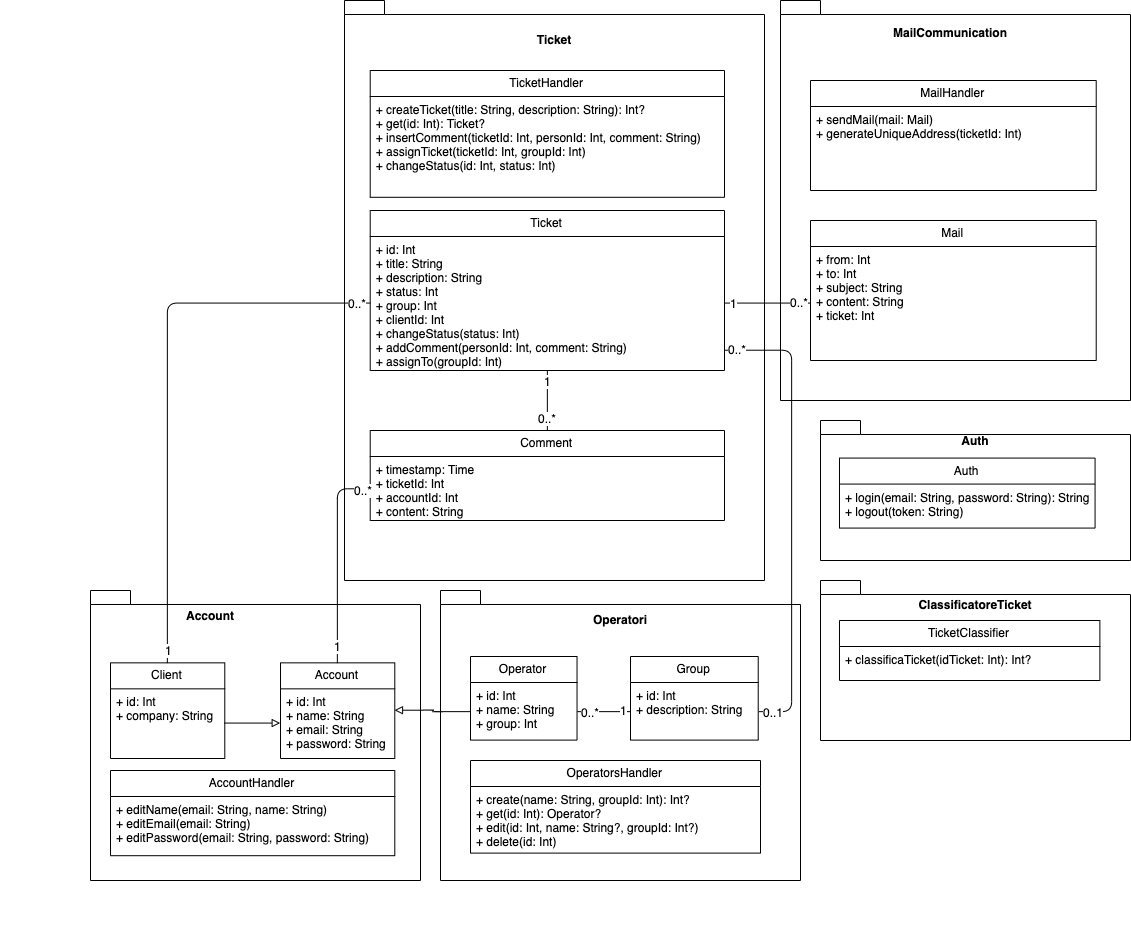
This is docs/latex/images/class-diagram.png from shxdow/aep, a draw.io export, as it was before one commit. Source tidied: cells renumbered, new cells last; positions are measured from the earlier drawing's top-left corner, leaving out a move shared by most shapes.
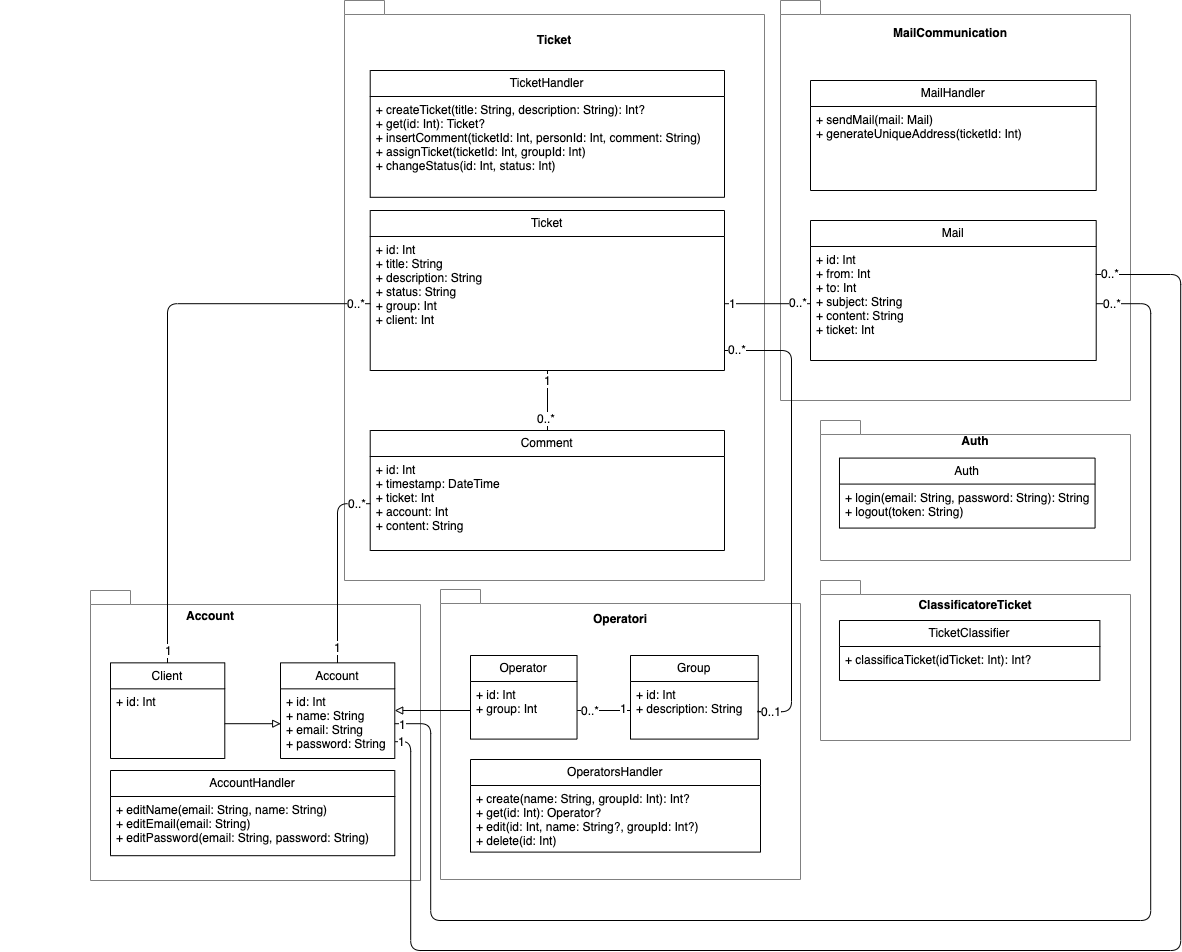
Later version of the same file.

Diff of the diagram source:
```diff
@@ -5,7 +5,7 @@
     <mxCell id="2" style="group;" parent="1" vertex="1">
       <mxGeometry x="820" y="580" width="310" height="160" as="geometry" />
     </mxCell>
-    <mxCell id="3" value="&lt;p style=&quot;line-height: 0%&quot;&gt;&lt;br&gt;&lt;/p&gt;" style="shape=folder;fontStyle=1;spacingTop=10;tabWidth=40;tabHeight=14;tabPosition=left;html=1;align=center;" parent="2" vertex="1">
+    <mxCell id="3" value="&lt;p style=&quot;line-height: 0%&quot;&gt;&lt;br&gt;&lt;/p&gt;" style="shape=folder;fontStyle=1;spacingTop=10;tabWidth=40;tabHeight=14;tabPosition=left;html=1;align=center;strokeColor=#808080;" parent="2" vertex="1">
       <mxGeometry width="310" height="160" as="geometry" />
     </mxCell>
     <mxCell id="4" value="ClassificatoreTicket" style="text;align=center;fontStyle=1;verticalAlign=middle;spacingLeft=3;spacingRight=3;strokeColor=none;" parent="2" vertex="1">
@@ -20,7 +20,7 @@
     <mxCell id="7" style="group;" parent="1" vertex="1">
       <mxGeometry x="344" width="420" height="580" as="geometry" />
     </mxCell>
-    <mxCell id="8" value="&lt;p style=&quot;line-height: 0%&quot;&gt;&lt;br&gt;&lt;/p&gt;" style="shape=folder;fontStyle=1;spacingTop=10;tabWidth=40;tabHeight=14;tabPosition=left;html=1;align=center;" parent="7" vertex="1">
+    <mxCell id="8" value="&lt;p style=&quot;line-height: 0%&quot;&gt;&lt;br&gt;&lt;/p&gt;" style="shape=folder;fontStyle=1;spacingTop=10;tabWidth=40;tabHeight=14;tabPosition=left;html=1;align=center;strokeColor=#808080;" parent="7" vertex="1">
       <mxGeometry width="420" height="580" as="geometry" />
     </mxCell>
     <mxCell id="9" value="Ticket" style="text;align=center;fontStyle=1;verticalAlign=middle;spacingLeft=3;spacingRight=3;strokeColor=none;" parent="7" vertex="1">
@@ -48,19 +48,19 @@
     <mxCell id="15" value="Ticket" style="swimlane;fontStyle=0;horizontal=1;startSize=26;fillColor=none;" parent="7" vertex="1">
       <mxGeometry x="25.7" y="210" width="354.3" height="160" as="geometry" />
     </mxCell>
-    <mxCell id="16" value="+ id: Int&#10;+ title: String&#10;+ description: String&#10;+ status: Int&#10;+ group: Int&#10;+ clientId: Int&#10;+ changeStatus(status: Int)&#10;+ addComment(personId: Int, comment: String)&#10;+ assignTo(groupId: Int)" style="text;strokeColor=none;fillColor=none;align=left;verticalAlign=top;spacingLeft=4;spacingRight=4;overflow=hidden;points=[[0,0.5],[1,0.5]];portConstraint=eastwest;" parent="15" vertex="1">
+    <mxCell id="16" value="+ id: Int&#10;+ title: String&#10;+ description: String&#10;+ status: String&#10;+ group: Int&#10;+ client: Int" style="text;strokeColor=none;fillColor=none;align=left;verticalAlign=top;spacingLeft=4;spacingRight=4;overflow=hidden;points=[[0,0.5],[1,0.5]];portConstraint=eastwest;" parent="15" vertex="1">
       <mxGeometry y="26" width="354.3" height="134" as="geometry" />
     </mxCell>
     <mxCell id="17" value="Comment" style="swimlane;fontStyle=0;horizontal=1;startSize=26;fillColor=none;" parent="7" vertex="1">
-      <mxGeometry x="25.7" y="430" width="354.3" height="90" as="geometry" />
+      <mxGeometry x="25.7" y="430" width="354.3" height="120" as="geometry" />
     </mxCell>
-    <mxCell id="18" value="+ timestamp: Time&#10;+ ticketId: Int&#10;+ accountId: Int&#10;+ content: String" style="text;strokeColor=none;fillColor=none;align=left;verticalAlign=top;spacingLeft=4;spacingRight=4;overflow=hidden;points=[[0,0.5],[1,0.5]];portConstraint=eastwest;" parent="17" vertex="1">
-      <mxGeometry y="26" width="354.3" height="64" as="geometry" />
+    <mxCell id="18" value="+ id: Int&#10;+ timestamp: DateTime&#10;+ ticket: Int&#10;+ account: Int&#10;+ content: String" style="text;strokeColor=none;fillColor=none;align=left;verticalAlign=top;spacingLeft=4;spacingRight=4;overflow=hidden;points=[[0,0.5],[1,0.5]];portConstraint=eastwest;" parent="17" vertex="1">
+      <mxGeometry y="26" width="354.3" height="94" as="geometry" />
     </mxCell>
     <mxCell id="19" style="group;" parent="1" vertex="1">
       <mxGeometry x="820" y="420" width="310" height="140" as="geometry" />
     </mxCell>
-    <mxCell id="20" value="&lt;p style=&quot;line-height: 0%&quot;&gt;&lt;br&gt;&lt;/p&gt;" style="shape=folder;fontStyle=1;spacingTop=10;tabWidth=40;tabHeight=14;tabPosition=left;html=1;align=center;" parent="19" vertex="1">
+    <mxCell id="20" value="&lt;p style=&quot;line-height: 0%&quot;&gt;&lt;br&gt;&lt;/p&gt;" style="shape=folder;fontStyle=1;spacingTop=10;tabWidth=40;tabHeight=14;tabPosition=left;html=1;align=center;strokeColor=#808080;" parent="19" vertex="1">
       <mxGeometry width="310" height="140" as="geometry" />
     </mxCell>
     <mxCell id="21" value="Auth" style="text;align=center;fontStyle=1;verticalAlign=middle;spacingLeft=3;spacingRight=3;strokeColor=none;" parent="19" vertex="1">
@@ -75,7 +75,7 @@
     <mxCell id="24" style="group;" parent="1" vertex="1">
       <mxGeometry x="770" width="360" height="400" as="geometry" />
     </mxCell>
-    <mxCell id="25" value="&lt;p style=&quot;line-height: 0%&quot;&gt;&lt;br&gt;&lt;/p&gt;" style="shape=folder;fontStyle=1;spacingTop=10;tabWidth=40;tabHeight=14;tabPosition=left;html=1;align=center;" parent="24" vertex="1">
+    <mxCell id="25" value="&lt;p style=&quot;line-height: 0%&quot;&gt;&lt;br&gt;&lt;/p&gt;" style="shape=folder;fontStyle=1;spacingTop=10;tabWidth=40;tabHeight=14;tabPosition=left;html=1;align=center;strokeColor=#808080;" parent="24" vertex="1">
       <mxGeometry x="10" width="350" height="400" as="geometry" />
     </mxCell>
     <mxCell id="26" value="MailCommunication" style="text;align=center;fontStyle=1;verticalAlign=middle;spacingLeft=3;spacingRight=3;strokeColor=none;" parent="24" vertex="1">
@@ -90,13 +90,13 @@
     <mxCell id="29" value="Mail" style="swimlane;fontStyle=0;horizontal=1;startSize=26;fillColor=none;" parent="24" vertex="1">
       <mxGeometry x="40" y="220" width="285.7" height="140" as="geometry" />
     </mxCell>
-    <mxCell id="30" value="+ from: Int&#10;+ to: Int&#10;+ subject: String&#10;+ content: String&#10;+ ticket: Int" style="text;strokeColor=none;fillColor=none;align=left;verticalAlign=top;spacingLeft=4;spacingRight=4;overflow=hidden;points=[[0,0.5],[1,0.5]];portConstraint=eastwest;" parent="29" vertex="1">
+    <mxCell id="30" value="+ id: Int&#10;+ from: Int&#10;+ to: Int&#10;+ subject: String&#10;+ content: String&#10;+ ticket: Int" style="text;strokeColor=none;fillColor=none;align=left;verticalAlign=top;spacingLeft=4;spacingRight=4;overflow=hidden;points=[[0,0.5],[1,0.5]];portConstraint=eastwest;" parent="29" vertex="1">
       <mxGeometry y="26" width="285.7" height="114" as="geometry" />
     </mxCell>
     <mxCell id="31" style="group;" parent="1" vertex="1">
-      <mxGeometry x="440" y="590" width="360" height="360" as="geometry" />
+      <mxGeometry x="440" y="589" width="360" height="360" as="geometry" />
     </mxCell>
-    <mxCell id="32" value="&lt;p style=&quot;line-height: 0%&quot;&gt;&lt;br&gt;&lt;/p&gt;" style="shape=folder;fontStyle=1;spacingTop=10;tabWidth=40;tabHeight=14;tabPosition=left;html=1;align=center;" parent="31" vertex="1">
+    <mxCell id="32" value="&lt;p style=&quot;line-height: 0%&quot;&gt;&lt;br&gt;&lt;/p&gt;" style="shape=folder;fontStyle=1;spacingTop=10;tabWidth=40;tabHeight=14;tabPosition=left;html=1;align=center;strokeColor=#808080;" parent="31" vertex="1">
       <mxGeometry width="360" height="290" as="geometry" />
     </mxCell>
     <mxCell id="33" value="Operatori" style="text;align=center;fontStyle=1;verticalAlign=middle;spacingLeft=3;spacingRight=3;strokeColor=none;" parent="31" vertex="1">
@@ -111,7 +111,7 @@
     <mxCell id="36" value="Operator" style="swimlane;fontStyle=0;horizontal=1;startSize=26;fillColor=none;" parent="31" vertex="1">
       <mxGeometry x="30" y="66" width="106.5" height="83.6" as="geometry" />
     </mxCell>
-    <mxCell id="37" value="+ id: Int&#10;+ name: String&#10;+ group: Int" style="text;strokeColor=none;fillColor=none;align=left;verticalAlign=top;spacingLeft=4;spacingRight=4;overflow=hidden;points=[[0,0.5],[1,0.5]];portConstraint=eastwest;" parent="36" vertex="1">
+    <mxCell id="37" value="+ id: Int&#10;+ group: Int" style="text;strokeColor=none;fillColor=none;align=left;verticalAlign=top;spacingLeft=4;spacingRight=4;overflow=hidden;points=[[0,0.5],[1,0.5]];portConstraint=eastwest;" parent="36" vertex="1">
       <mxGeometry y="26" width="106.5" height="57.6" as="geometry" />
     </mxCell>
     <mxCell id="38" style="edgeStyle=orthogonalEdgeStyle;rounded=1;jettySize=auto;html=1;exitX=1;exitY=0.5;exitDx=0;exitDy=0;entryX=0;entryY=0.5;entryDx=0;entryDy=0;endArrow=none;endFill=0;" parent="31" edge="1" source="37" target="35">
@@ -136,7 +136,7 @@
     <mxCell id="43" style="group;" parent="1" vertex="1">
       <mxGeometry y="590" width="420" height="290" as="geometry" />
     </mxCell>
-    <mxCell id="44" value="&lt;p style=&quot;line-height: 0%&quot;&gt;&lt;br&gt;&lt;/p&gt;" style="shape=folder;fontStyle=1;spacingTop=10;tabWidth=40;tabHeight=14;tabPosition=left;html=1;align=center;" parent="43" vertex="1">
+    <mxCell id="44" value="&lt;p style=&quot;line-height: 0%&quot;&gt;&lt;br&gt;&lt;/p&gt;" style="shape=folder;fontStyle=1;spacingTop=10;tabWidth=40;tabHeight=14;tabPosition=left;html=1;align=center;strokeColor=#808080;" parent="43" vertex="1">
       <mxGeometry x="90" width="330" height="290" as="geometry" />
     </mxCell>
     <mxCell id="45" value="Account" style="text;align=center;fontStyle=1;verticalAlign=middle;spacingLeft=3;spacingRight=3;strokeColor=none;" parent="43" vertex="1">
@@ -151,7 +151,7 @@
     <mxCell id="48" value="Client" style="swimlane;fontStyle=0;horizontal=1;startSize=26;fillColor=none;" parent="43" vertex="1">
       <mxGeometry x="110" y="72.3" width="114.3" height="95.6" as="geometry" />
     </mxCell>
-    <mxCell id="49" value="+ id: Int&#10;+ company: String" style="text;strokeColor=none;fillColor=none;align=left;verticalAlign=top;spacingLeft=4;spacingRight=4;overflow=hidden;points=[[0,0.5],[1,0.5]];portConstraint=eastwest;" parent="48" vertex="1">
+    <mxCell id="49" value="+ id: Int" style="text;strokeColor=none;fillColor=none;align=left;verticalAlign=top;spacingLeft=4;spacingRight=4;overflow=hidden;points=[[0,0.5],[1,0.5]];portConstraint=eastwest;" parent="48" vertex="1">
       <mxGeometry y="26" width="114.3" height="69.6" as="geometry" />
     </mxCell>
     <mxCell id="50" value="AccountHandler" style="swimlane;fontStyle=0;horizontal=1;startSize=26;fillColor=none;" parent="43" vertex="1">
@@ -189,7 +189,9 @@
       <mxGeometry relative="1" as="geometry" />
     </mxCell>
     <mxCell id="60" value="0..*" style="text;html=1;align=center;verticalAlign=middle;labelBackgroundColor=#ffffff;" parent="59" vertex="1">
-      <mxGeometry x="0.93" y="-1" relative="1" as="geometry" />
+      <mxGeometry x="0.93" y="-1" relative="1" as="geometry">
+        <mxPoint x="-7" y="-1" as="offset" />
+      </mxGeometry>
     </mxCell>
     <mxCell id="61" value="1" style="text;html=1;align=center;verticalAlign=middle;labelBackgroundColor=#ffffff;" parent="59" vertex="1">
       <mxGeometry x="-0.84" relative="1" as="geometry" />
@@ -215,5 +217,41 @@
     <mxCell id="65" style="edgeStyle=orthogonalEdgeStyle;rounded=1;jettySize=auto;html=1;exitX=0;exitY=0.5;exitDx=0;exitDy=0;entryX=1;entryY=0.5;entryDx=0;entryDy=0;endArrow=block;endFill=0;" parent="1" edge="1" source="37" target="46">
       <mxGeometry relative="1" as="geometry" />
     </mxCell>
+    <mxCell id="66" style="edgeStyle=orthogonalEdgeStyle;rounded=1;jettySize=auto;html=1;exitX=1;exitY=0.5;exitDx=0;exitDy=0;entryX=1;entryY=0.5;entryDx=0;entryDy=0;endArrow=none;endFill=0;" parent="1" edge="1" source="30" target="47">
+      <mxGeometry relative="1" as="geometry">
+        <Array as="points">
+          <mxPoint x="1150" y="303" />
+          <mxPoint x="1150" y="920" />
+          <mxPoint x="430" y="920" />
+          <mxPoint x="430" y="723" />
+        </Array>
+      </mxGeometry>
+    </mxCell>
+    <mxCell id="67" value="0..*" style="text;html=1;align=center;verticalAlign=middle;labelBackgroundColor=#ffffff;" parent="66" vertex="1">
+      <mxGeometry x="-0.98" y="-1" relative="1" as="geometry">
+        <mxPoint y="-1" as="offset" />
+      </mxGeometry>
+    </mxCell>
+    <mxCell id="68" value="1" style="text;html=1;align=center;verticalAlign=middle;labelBackgroundColor=#ffffff;" parent="66" vertex="1">
+      <mxGeometry x="0.99" y="1" relative="1" as="geometry" />
+    </mxCell>
+    <mxCell id="69" style="edgeStyle=orthogonalEdgeStyle;rounded=1;jettySize=auto;html=1;exitX=0.997;exitY=0.244;exitDx=0;exitDy=0;endArrow=none;endFill=0;entryX=1.004;entryY=0.759;entryDx=0;entryDy=0;entryPerimeter=0;exitPerimeter=0;" parent="1" edge="1" source="30" target="47">
+      <mxGeometry relative="1" as="geometry">
+        <Array as="points">
+          <mxPoint x="1180" y="274" />
+          <mxPoint x="1180" y="950" />
+          <mxPoint x="410" y="950" />
+          <mxPoint x="410" y="741" />
+        </Array>
+      </mxGeometry>
+    </mxCell>
+    <mxCell id="70" value="0..*" style="text;html=1;align=center;verticalAlign=middle;labelBackgroundColor=#ffffff;" parent="69" vertex="1">
+      <mxGeometry x="-0.98" y="1" relative="1" as="geometry" />
+    </mxCell>
+    <mxCell id="71" value="1" style="text;html=1;align=center;verticalAlign=middle;labelBackgroundColor=#ffffff;" parent="69" vertex="1">
+      <mxGeometry x="0.99" y="1" relative="1" as="geometry">
+        <mxPoint x="1" y="-1" as="offset" />
+      </mxGeometry>
+    </mxCell>
   </root>
 </mxGraphModel>
```
